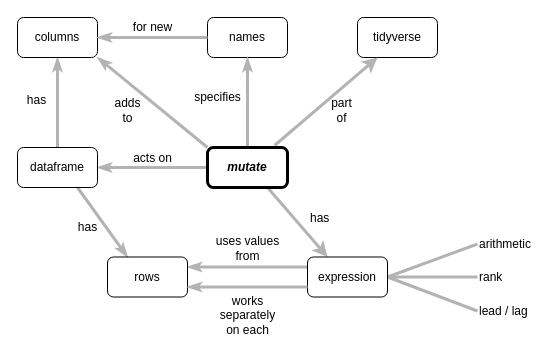
Earlier version of the draw.io diagram en/mutate.drawio (rstudio/concept-maps). Source tidied: cells renumbered, new cells numbered last; positions are measured from the earlier drawing's top-left corner, leaving out a move shared by most shapes. Both pictures are drawn from the tidied source at 100%, with x=0, y=0 at pixel (17, 17).
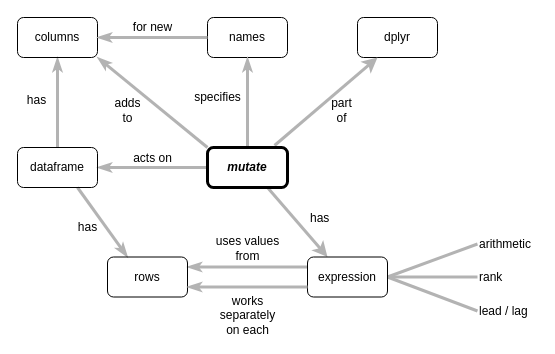
The same page after the edit.

Commit message (it also covers changes not shown here):
Adding overall concept map for dplyr

Change to the diagram source:
```diff
@@
-    <mxCell id="11" value="tidyverse" style="rounded=1;whiteSpace=wrap;html=1;fontSize=12;fontFamily=Helvetica;fillColor=none;" parent="1" vertex="1">
+    <mxCell id="11" value="dplyr" style="rounded=1;whiteSpace=wrap;html=1;fontSize=12;fontFamily=Helvetica;fillColor=none;" parent="1" vertex="1">
       <mxGeometry x="340" width="80" height="40" as="geometry" />
     </mxCell>
```
